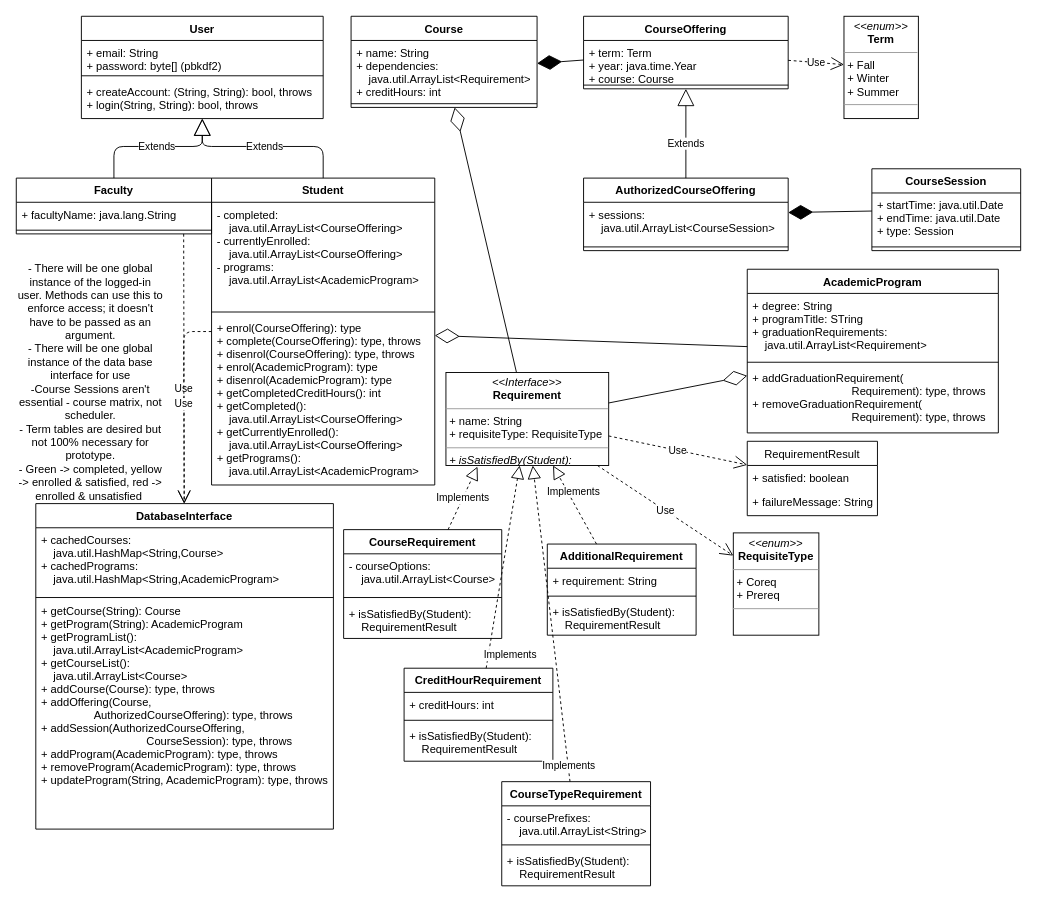
Above: data/data_model.drawio in justend29/UNBuddy (draw.io), before the change. Source tidied: cells renumbered, new cells numbered last; positions are measured from the earlier drawing's top-left corner, leaving out a move shared by most shapes. Both pictures are drawn from the tidied source at 93%, with x=0, y=0 at pixel (16, 16).
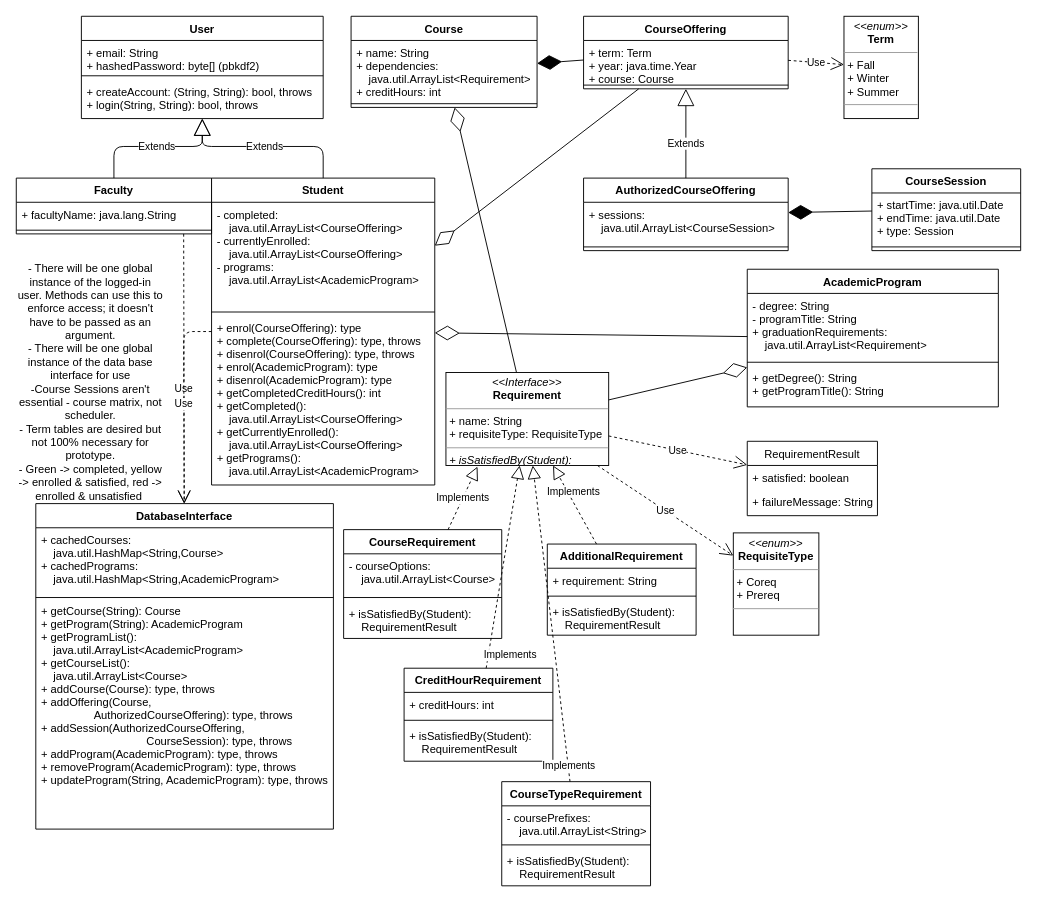
Above is the later version.

Unchanged cells that the change refers to:
```xml
<mxCell id="12" value="Student" style="swimlane;fontStyle=1;align=center;verticalAlign=top;horizontal=1;startSize=26;" parent="1" vertex="1">
  <mxGeometry x="210" y="174" width="240" height="330" as="geometry" />
</mxCell>
<mxCell id="33" value="CourseOffering" style="swimlane;fontStyle=1;align=center;verticalAlign=top;horizontal=1;startSize=26;" parent="1" vertex="1">
  <mxGeometry x="610" width="220" height="78" as="geometry" />
</mxCell>
<mxCell id="55" value="User" style="swimlane;fontStyle=1;align=center;verticalAlign=top;horizontal=1;startSize=26;" parent="1" vertex="1">
  <mxGeometry x="70" width="260" height="110" as="geometry" />
</mxCell>
```

The edit, as a diff of the source:
```diff
@@
     <mxCell id="5" value="AcademicProgram" style="swimlane;fontStyle=1;align=center;verticalAlign=top;horizontal=1;startSize=26;" parent="1" vertex="1">
-      <mxGeometry x="786" y="272" width="270" height="176" as="geometry" />
+      <mxGeometry x="786" y="272" width="270" height="148" as="geometry" />
     </mxCell>
-    <mxCell id="6" value="+ degree: String&#10;+ programTitle: STring&#10;+ graduationRequirements:&#10;    java.util.ArrayList&lt;Requirement&gt;" style="text;strokeColor=none;fillColor=none;align=left;verticalAlign=top;spacingLeft=4;spacingRight=4;overflow=hidden;" parent="5" vertex="1">
+    <mxCell id="6" value="- degree: String&#10;- programTitle: String&#10;+ graduationRequirements:&#10;    java.util.ArrayList&lt;Requirement&gt;" style="text;strokeColor=none;fillColor=none;align=left;verticalAlign=top;spacingLeft=4;spacingRight=4;overflow=hidden;" parent="5" vertex="1">
       <mxGeometry y="26" width="270" height="70" as="geometry" />
     </mxCell>
@@
-    <mxCell id="8" value="+ addGraduationRequirement(&#10;                                Requirement): type, throws&#10;+ removeGraduationRequirement(&#10;                                Requirement): type, throws" style="text;strokeColor=none;fillColor=none;align=left;verticalAlign=top;spacingLeft=4;spacingRight=4;overflow=hidden;" parent="5" vertex="1">
-      <mxGeometry y="104" width="270" height="72" as="geometry" />
+    <mxCell id="8" value="+ getDegree(): String&#10;+ getProgramTitle(): String" style="text;strokeColor=none;fillColor=none;align=left;verticalAlign=top;spacingLeft=4;spacingRight=4;overflow=hidden;" parent="5" vertex="1">
+      <mxGeometry y="104" width="270" height="44" as="geometry" />
     </mxCell>
@@
-    <mxCell id="56" value="+ email: String&#10;+ password: byte[] (pbkdf2)" style="text;strokeColor=none;fillColor=none;align=left;verticalAlign=top;spacingLeft=4;spacingRight=4;overflow=hidden;" parent="55" vertex="1">
+    <mxCell id="56" value="+ email: String&#10;+ hashedPassword: byte[] (pbkdf2)" style="text;strokeColor=none;fillColor=none;align=left;verticalAlign=top;spacingLeft=4;spacingRight=4;overflow=hidden;" parent="55" vertex="1">
       <mxGeometry y="26" width="260" height="34" as="geometry" />
     </mxCell>
@@
+    <mxCell id="73" style="endArrow=diamondThin;endFill=0;endSize=24;html=1;" parent="1" edge="1" source="33" target="12">
+      <mxGeometry relative="1" as="geometry" />
+    </mxCell>
```
